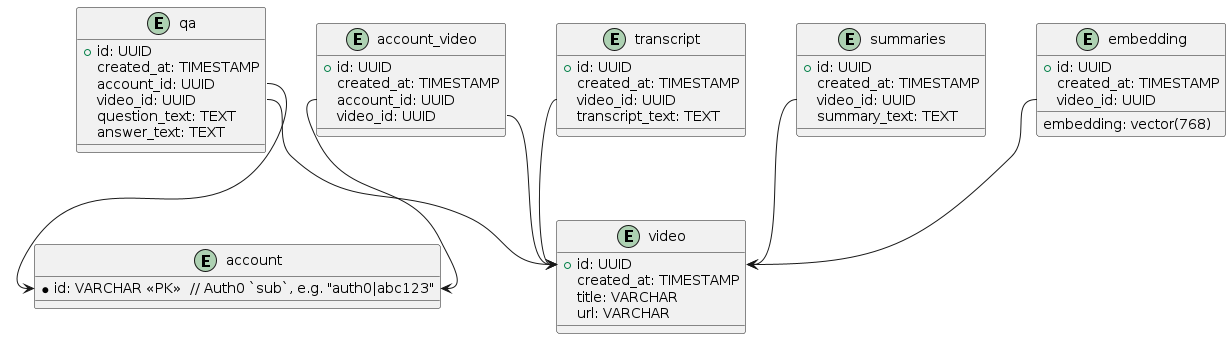
vm1828/yt-assistant keeps this PlantUML diagram as docs/db_schema.png. Above is the earlier version.
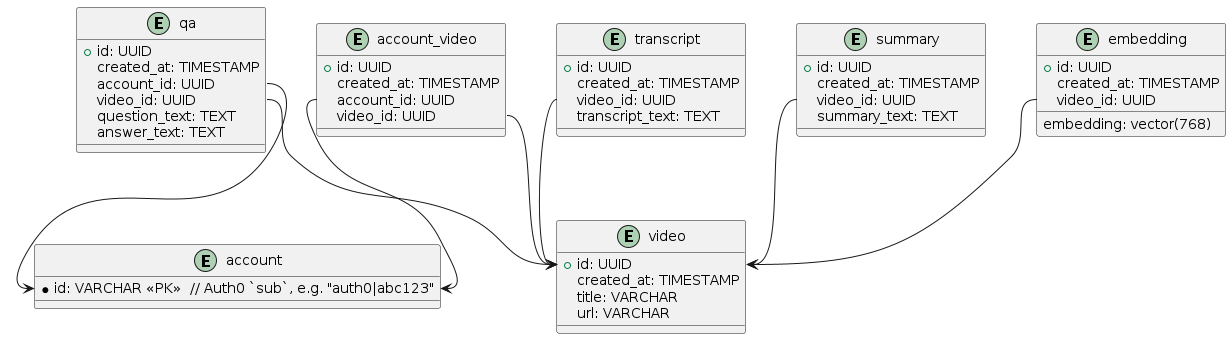
The same file after the commit.

The edit, as a diff of the source:
```diff
@@ -25,7 +25,7 @@
   transcript_text: TEXT
 }
 
-entity "summaries" {
+entity "summary" {
   +id: UUID
   created_at: TIMESTAMP
   video_id: UUID
@@ -53,7 +53,7 @@
 
 transcript::video_id --> video::id
 
-summaries::video_id --> video::id
+summary::video_id --> video::id
 
 qa::video_id --> video::id
 qa::account_id --> account::id
```
